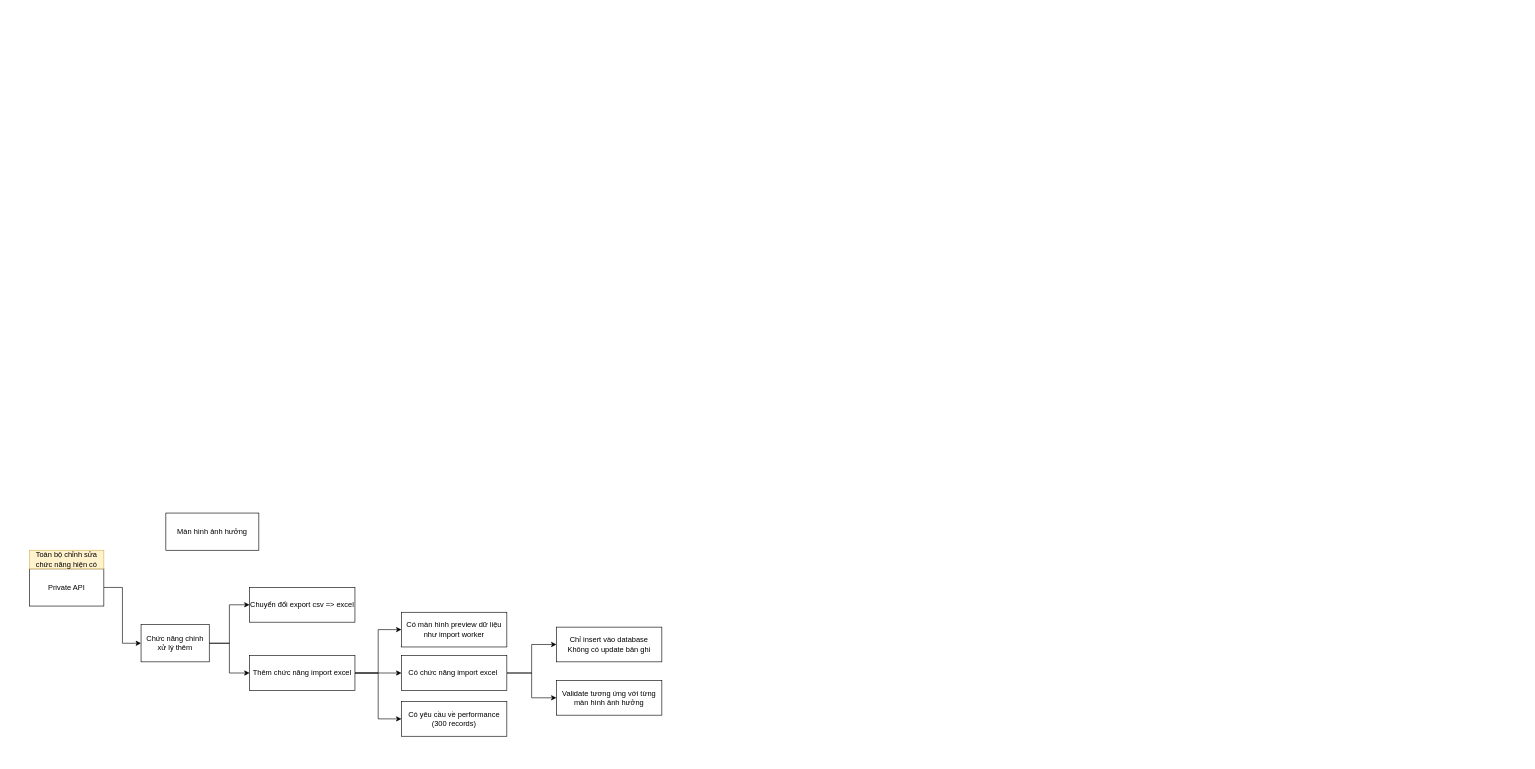
Above: page "A-421" (8 of 8) of Spec tháng 7.drawio in hoangpn256/diagram (draw.io), before the change. Source tidied: cells renumbered, new cells numbered last; positions are measured from the earlier drawing's top-left corner, leaving out a move shared by most shapes. Both pictures are drawn from the tidied source at 62%, with x=0, y=0 at pixel (29, 513).
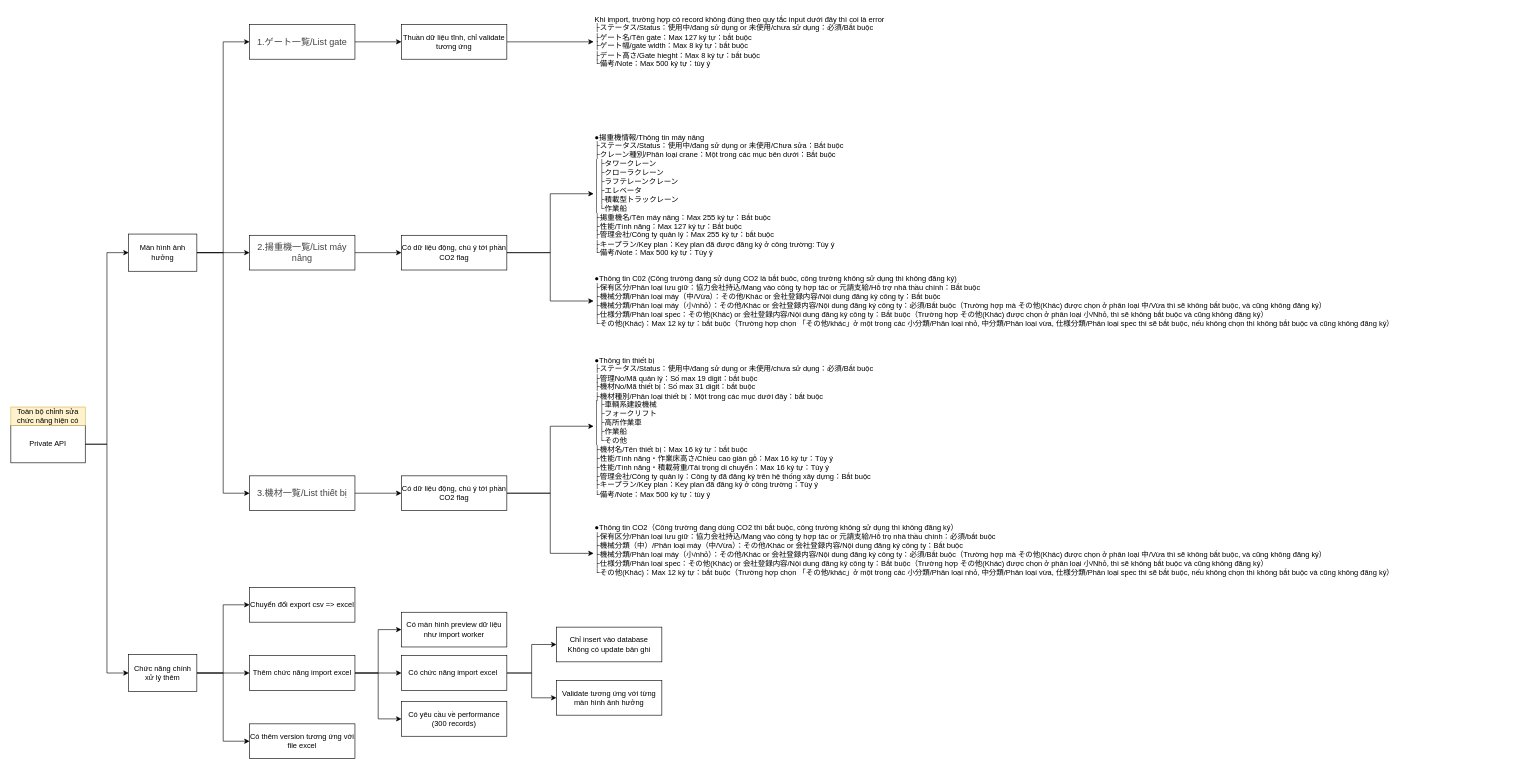
Above is the later version.

The change refers to these unchanged cells:
```xml
<mxCell id="13" value="Thêm chức năng import excel" style="rounded=0;whiteSpace=wrap;html=1;" parent="1" vertex="1">
  <mxGeometry x="355" y="230" width="170" height="56" as="geometry" />
</mxCell>
```

What changed in the source:
```diff
@@
+    <mxCell id="21" style="edgeStyle=orthogonalEdgeStyle;rounded=0;jettySize=auto;html=1;exitX=1;exitY=0.5;exitDx=0;exitDy=0;entryX=0;entryY=0.5;entryDx=0;entryDy=0;" parent="1" edge="1" source="3" target="5">
+      <mxGeometry relative="1" as="geometry" />
+    </mxCell>
     <mxCell id="3" value="Private API" style="rounded=0;whiteSpace=wrap;html=1;" parent="1" vertex="1">
-      <mxGeometry y="90" width="120" height="60" as="geometry" />
+      <mxGeometry x="-30" y="-141" width="120" height="60" as="geometry" />
     </mxCell>
     <mxCell id="4" value="Toàn bộ chỉnh sửa chức năng hiện có" style="text;html=1;strokeColor=#d6b656;fillColor=#fff2cc;align=center;verticalAlign=middle;whiteSpace=wrap;rounded=0;" parent="1" vertex="1">
-      <mxGeometry y="60" width="120" height="30" as="geometry" />
+      <mxGeometry x="-30" y="-171" width="120" height="30" as="geometry" />
     </mxCell>
-    <mxCell id="5" value="Màn hình ảnh hưởng" style="rounded=0;whiteSpace=wrap;html=1;" parent="1" vertex="1">
-      <mxGeometry x="220" width="150" height="60" as="geometry" />
-    </mxCell>
+    <mxCell id="7" style="edgeStyle=orthogonalEdgeStyle;rounded=0;jettySize=auto;html=1;exitX=1;exitY=0.5;exitDx=0;exitDy=0;entryX=0;entryY=0.5;entryDx=0;entryDy=0;" parent="1" edge="1" source="8" target="13">
+      <mxGeometry relative="1" as="geometry" />
+    </mxCell>
@@
-    <mxCell id="7" style="edgeStyle=orthogonalEdgeStyle;rounded=0;jettySize=auto;html=1;exitX=1;exitY=0.5;exitDx=0;exitDy=0;entryX=0;entryY=0.5;entryDx=0;entryDy=0;" parent="1" edge="1" source="8" target="13">
-      <mxGeometry relative="1" as="geometry" />
-    </mxCell>
+    <mxCell id="22" style="edgeStyle=orthogonalEdgeStyle;rounded=0;jettySize=auto;html=1;exitX=1;exitY=0.5;exitDx=0;exitDy=0;entryX=0;entryY=0.5;entryDx=0;entryDy=0;" parent="1" edge="1" source="8" target="32">
+      <mxGeometry relative="1" as="geometry" />
+    </mxCell>
     <mxCell id="8" value="Chức năng chính xử lý thêm" style="rounded=0;whiteSpace=wrap;html=1;" parent="1" vertex="1">
-      <mxGeometry x="180" y="180" width="110" height="60" as="geometry" />
+      <mxGeometry x="160" y="228" width="110" height="60" as="geometry" />
     </mxCell>
@@
+    <mxCell id="23" style="edgeStyle=orthogonalEdgeStyle;rounded=0;jettySize=auto;html=1;exitX=1;exitY=0.5;exitDx=0;exitDy=0;entryX=0;entryY=0.5;entryDx=0;entryDy=0;" parent="1" edge="1" source="5" target="29">
+      <mxGeometry relative="1" as="geometry" />
+    </mxCell>
+    <mxCell id="24" style="edgeStyle=orthogonalEdgeStyle;rounded=0;jettySize=auto;html=1;exitX=1;exitY=0.5;exitDx=0;exitDy=0;entryX=0;entryY=0.5;entryDx=0;entryDy=0;" parent="1" edge="1" source="5" target="27">
+      <mxGeometry relative="1" as="geometry" />
+    </mxCell>
+    <mxCell id="25" style="edgeStyle=orthogonalEdgeStyle;rounded=0;jettySize=auto;html=1;exitX=1;exitY=0.5;exitDx=0;exitDy=0;entryX=0;entryY=0.5;entryDx=0;entryDy=0;" parent="1" edge="1" source="5" target="31">
+      <mxGeometry relative="1" as="geometry" />
+    </mxCell>
+    <mxCell id="5" value="Màn hình ảnh hưởng" style="rounded=0;whiteSpace=wrap;html=1;" parent="1" vertex="1">
+      <mxGeometry x="160" y="-450" width="110" height="60" as="geometry" />
+    </mxCell>
+    <mxCell id="26" style="edgeStyle=orthogonalEdgeStyle;rounded=0;jettySize=auto;html=1;exitX=1;exitY=0.5;exitDx=0;exitDy=0;" parent="1" edge="1" source="27" target="34">
+      <mxGeometry relative="1" as="geometry" />
+    </mxCell>
+    <mxCell id="27" value="&lt;span style=&quot;color: rgb(68, 68, 68); font-family: Calibri, sans-serif, &amp;quot;Mongolian Baiti&amp;quot;, &amp;quot;Microsoft Yi Baiti&amp;quot;, &amp;quot;Javanese Text&amp;quot;, &amp;quot;Yu Gothic&amp;quot;; font-size: 14.6667px; text-align: left; background-color: rgb(255, 255, 255);&quot;&gt;1.ゲート一覧/List gate&lt;/span&gt;" style="rounded=0;whiteSpace=wrap;html=1;" parent="1" vertex="1">
+      <mxGeometry x="355" y="-788" width="170" height="56" as="geometry" />
+    </mxCell>
+    <mxCell id="28" style="edgeStyle=orthogonalEdgeStyle;rounded=0;jettySize=auto;html=1;exitX=1;exitY=0.5;exitDx=0;exitDy=0;entryX=0;entryY=0.5;entryDx=0;entryDy=0;" parent="1" edge="1" source="29" target="37">
+      <mxGeometry relative="1" as="geometry" />
+    </mxCell>
+    <mxCell id="29" value="&lt;span style=&quot;color: rgb(68, 68, 68); font-family: Calibri, sans-serif, &amp;quot;Mongolian Baiti&amp;quot;, &amp;quot;Microsoft Yi Baiti&amp;quot;, &amp;quot;Javanese Text&amp;quot;, &amp;quot;Yu Gothic&amp;quot;; font-size: 14.6667px; text-align: left; background-color: rgb(255, 255, 255);&quot;&gt;2.揚重機一覧/List máy nâng&lt;/span&gt;" style="rounded=0;whiteSpace=wrap;html=1;" parent="1" vertex="1">
+      <mxGeometry x="355" y="-448" width="170" height="56" as="geometry" />
+    </mxCell>
+    <mxCell id="30" style="edgeStyle=orthogonalEdgeStyle;rounded=0;jettySize=auto;html=1;exitX=1;exitY=0.5;exitDx=0;exitDy=0;entryX=0;entryY=0.5;entryDx=0;entryDy=0;" parent="1" edge="1" source="31" target="41">
+      <mxGeometry relative="1" as="geometry" />
+    </mxCell>
+    <mxCell id="31" value="&lt;span style=&quot;color: rgb(68, 68, 68); font-family: Calibri, sans-serif, &amp;quot;Mongolian Baiti&amp;quot;, &amp;quot;Microsoft Yi Baiti&amp;quot;, &amp;quot;Javanese Text&amp;quot;, &amp;quot;Yu Gothic&amp;quot;; font-size: 14.6667px; text-align: left; background-color: rgb(255, 255, 255);&quot;&gt;3.機材一覧/List thiết bị&lt;/span&gt;" style="rounded=0;whiteSpace=wrap;html=1;" parent="1" vertex="1">
+      <mxGeometry x="355" y="-60" width="170" height="56" as="geometry" />
+    </mxCell>
+    <mxCell id="32" value="Có thêm version tương ứng với file excel" style="rounded=0;whiteSpace=wrap;html=1;" parent="1" vertex="1">
+      <mxGeometry x="355" y="340" width="170" height="56" as="geometry" />
+    </mxCell>
+    <mxCell id="33" style="edgeStyle=orthogonalEdgeStyle;rounded=0;jettySize=auto;html=1;exitX=1;exitY=0.5;exitDx=0;exitDy=0;" parent="1" edge="1" source="34" target="38">
+      <mxGeometry relative="1" as="geometry" />
+    </mxCell>
+    <mxCell id="34" value="Thuần dữ liệu tĩnh, chỉ validate tương ứng" style="rounded=0;whiteSpace=wrap;html=1;" parent="1" vertex="1">
+      <mxGeometry x="600" y="-788" width="170" height="56" as="geometry" />
+    </mxCell>
+    <mxCell id="35" style="edgeStyle=orthogonalEdgeStyle;rounded=0;jettySize=auto;html=1;exitX=1;exitY=0.5;exitDx=0;exitDy=0;entryX=0;entryY=0.5;entryDx=0;entryDy=0;" parent="1" edge="1" source="37" target="43">
+      <mxGeometry relative="1" as="geometry" />
+    </mxCell>
+    <mxCell id="36" style="edgeStyle=orthogonalEdgeStyle;rounded=0;jettySize=auto;html=1;exitX=1;exitY=0.5;exitDx=0;exitDy=0;entryX=0;entryY=0.5;entryDx=0;entryDy=0;" parent="1" edge="1" source="37" target="42">
+      <mxGeometry relative="1" as="geometry" />
+    </mxCell>
+    <mxCell id="37" value="Có dữ liệu động, chú ý tới phần CO2 flag" style="rounded=0;whiteSpace=wrap;html=1;" parent="1" vertex="1">
+      <mxGeometry x="600" y="-448" width="170" height="56" as="geometry" />
+    </mxCell>
+    <mxCell id="38" value="Khi import, trường hợp có record không đúng theo quy tắc input dưới đây thì coi là error&#10;├ステータス/Status：使用中/đang sử dụng or 未使用/chưa sử dụng：必須/Bắt buộc&#10;├ゲート名/Tên gate：Max 127 ký tự：bắt buộc&#10;├ゲート幅/gate width：Max 8 ký tự：bắt buộc&#10;├デート高さ/Gate hieght：Max 8 ký tự：bắt buộc&#10;└備考/Note：Max 500 ký tự：tùy ý" style="text;whiteSpace=wrap;html=1;" parent="1" vertex="1">
+      <mxGeometry x="910" y="-810" width="490" height="100" as="geometry" />
+    </mxCell>
+    <mxCell id="39" style="edgeStyle=orthogonalEdgeStyle;rounded=0;jettySize=auto;html=1;exitX=1;exitY=0.5;exitDx=0;exitDy=0;entryX=0;entryY=0.5;entryDx=0;entryDy=0;" parent="1" edge="1" source="41" target="44">
+      <mxGeometry relative="1" as="geometry" />
+    </mxCell>
+    <mxCell id="40" style="edgeStyle=orthogonalEdgeStyle;rounded=0;jettySize=auto;html=1;exitX=1;exitY=0.5;exitDx=0;exitDy=0;entryX=0;entryY=0.5;entryDx=0;entryDy=0;" parent="1" edge="1" source="41" target="45">
+      <mxGeometry relative="1" as="geometry" />
+    </mxCell>
+    <mxCell id="41" value="Có dữ liệu động, chú ý tới phần CO2 flag" style="rounded=0;whiteSpace=wrap;html=1;" parent="1" vertex="1">
+      <mxGeometry x="600" y="-60" width="170" height="56" as="geometry" />
+    </mxCell>
+    <mxCell id="42" value="●揚重機情報/Thông tin máy nâng&#10;├ステータス/Status：使用中/đang sử dụng or 未使用/Chưa sửa：Bắt buộc&#10;├クレーン種別/Phân loại crane：Một trong các mục bên dưới：Bắt buộc&#10;│├タワークレーン&#10;│├クローラクレーン&#10;│├ラフテレーンクレーン&#10;│├エレベータ&#10;│├積載型トラックレーン&#10;│└作業船&#10;├揚重機名/Tên máy nâng：Max 255 ký tự：Bắt buộc&#10;├性能/Tính năng：Max 127 ký tự：Bắt buộc&#10;├管理会社/Công ty quản lý：Max 255 ký tự：bắt buộc&#10;├キープラン/Key plan：Key plan đã được đăng ký ở công trường: Tùy ý&#10;└備考/Note：Max 500 ký tự：Tùy ý" style="text;whiteSpace=wrap;html=1;" parent="1" vertex="1">
+      <mxGeometry x="910" y="-620" width="430" height="210" as="geometry" />
+    </mxCell>
+    <mxCell id="43" value="●Thông tin C02 (Công trường đang sử dụng CO2 là bắt buôc, công trường không sử dụng thì không đăng ký)&#10;├保有区分/Phân loại lưu giữ：協力会社持込/Mang vào công ty hợp tác or 元請支給/Hỗ trợ nhà thầu chính：Bắt buộc&#10;├機械分類/Phân loại máy（中/Vừa）：その他/Khác or 会社登録内容/Nội dung đăng ký công ty：Bắt buộc&#10;├機械分類/Phân loại máy（小/nhỏ）：その他/Khác or 会社登録内容/Nội dung đăng ký công ty：必須/Bắt buộc（Trường hợp mà その他(Khác) được chọn ở phân loại 中/Vừa thì sẽ không bắt buộc, và cũng không đăng ký）&#10;├仕様分類/Phân loại spec：その他(Khác) or 会社登録内容/Nội dung đăng ký công ty：Bắt buộc（Trường hợp その他(Khác) được chọn ở phân loại 小/Nhỏ, thì sẽ không bắt buộc và cũng không đăng ký）&#10;└その他(Khác)：Max 12 ký tự：bắt buộc（Trường hợp chọn 「その他/khác」ở một trong các 小分類/Phân loại nhỏ, 中分類/Phân loại vừa, 仕様分類/Phân loại spec thì sẽ bắt buộc, nếu không chọn thì không bắt buộc và cũng không đăng ký）" style="text;whiteSpace=wrap;html=1;" parent="1" vertex="1">
+      <mxGeometry x="910" y="-392" width="1500" height="100" as="geometry" />
+    </mxCell>
+    <mxCell id="44" value="●Thông tin thiết bị&#10;├ステータス/Status：使用中/đang sử dụng or 未使用/chưa sử dụng：必須/Bắt buộc&#10;├管理No/Mã quản lý：Số max 19 digit：bắt buộc&#10;├機材No/Mã thiết bị：Số max 31 digit：bắt buộc&#10;├機材種別/Phân loại thiết bị：Một trong các mục dưới đây：bắt buộc&#10;│├車輌系建設機械&#10;│├フォークリフト&#10;│├高所作業車&#10;│├作業船&#10;│└その他&#10;├機材名/Tên thiết bị：Max 16 ký tự：bắt buộc&#10;├性能/Tính năng・作業床高さ/Chiều cao giàn gỗ：Max 16 ký tự：Tùy ý&#10;├性能/Tính năng・積載荷重/Tải trọng di chuyển：Max 16 ký tự：Tùy ý&#10;├管理会社/Công ty quản lý：Công ty đã đăng ký trên hệ thống xây dựng：Bắt buộc&#10;├キープラン/Key plan：Key plan đã đăng ký ở công trường：Tùy ý&#10;└備考/Note：Max 500 ký tự：tùy ý" style="text;whiteSpace=wrap;html=1;" parent="1" vertex="1">
+      <mxGeometry x="910" y="-260" width="470" height="240" as="geometry" />
+    </mxCell>
+    <mxCell id="45" value="●Thông tin CO2（Công trường đang dùng CO2 thì bắt buộc, công trường không sử dụng thì không đăng ký）&#10;├保有区分/Phân loại lưu giữ：協力会社持込/Mang vào công ty hợp tác or 元請支給/Hỗ trọ nhà thầu chính：必須/bắt buộc&#10;├機械分類（中）/Phân loại máy（中/Vừa）：その他/Khác or 会社登録内容/Nội dung đăng ký công ty：Bắt buộc&#10;├機械分類/Phân loại máy（小/nhỏ）：その他/Khác or 会社登録内容/Nội dung đăng ký công ty：必須/Bắt buộc（Trường hợp mà その他(Khác) được chọn ở phân loại 中/Vừa thì sẽ không bắt buộc, và cũng không đăng ký）&#10;├仕様分類/Phân loại spec：その他(Khác) or 会社登録内容/Nội dung đăng ký công ty：Bắt buộc（Trường hợp その他(Khác) được chọn ở phân loại 小/Nhỏ, thì sẽ không bắt buộc và cũng không đăng ký）&#10;└その他(Khác)：Max 12 ký tự：bắt buộc（Trường hợp chọn 「その他/khác」ở một trong các 小分類/Phân loại nhỏ, 中分類/Phân loại vừa, 仕様分類/Phân loại spec thì sẽ bắt buộc, nếu không chọn thì không bắt buộc và cũng không đăng ký）" style="text;whiteSpace=wrap;html=1;" parent="1" vertex="1">
+      <mxGeometry x="910" y="10" width="1300" height="110" as="geometry" />
+    </mxCell>
```
